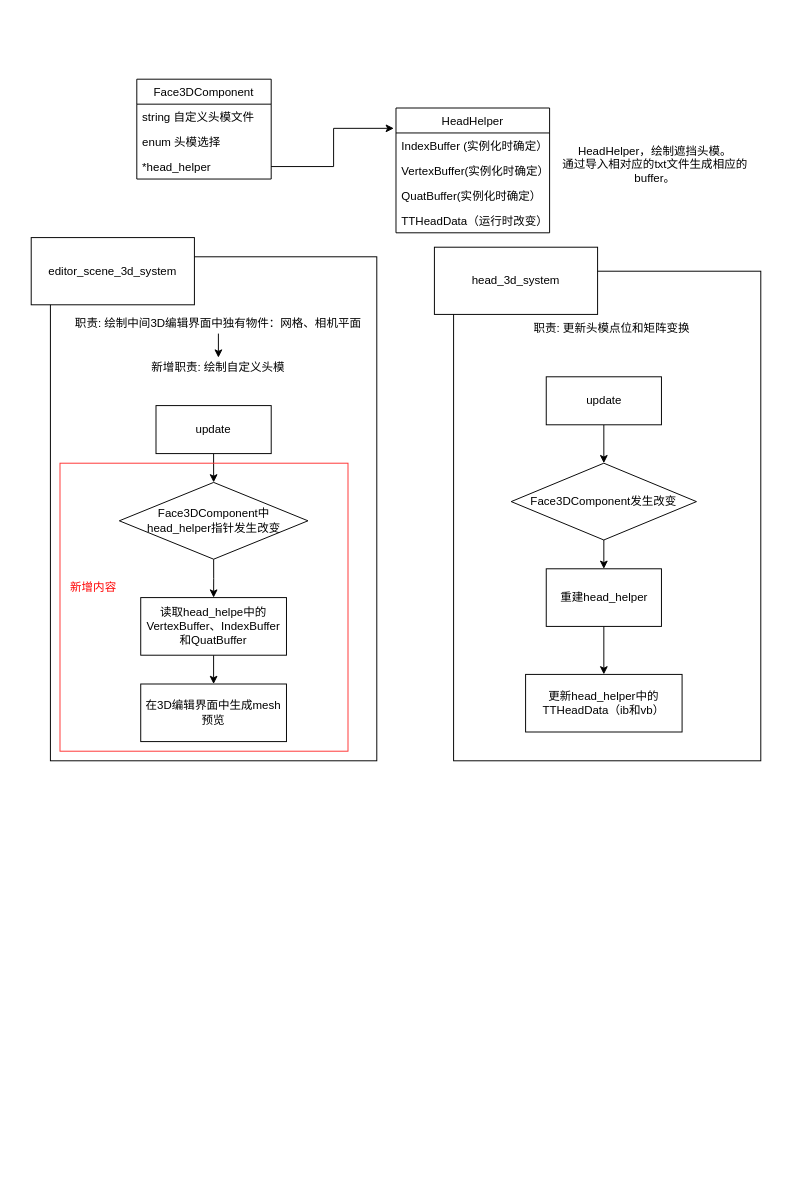
This is head_preview_function.drawio from DianxinWang/final_theis, a draw.io file, before an edit. Source tidied: cells renumbered, new cells numbered last; positions are measured from the earlier drawing's top-left corner, leaving out a move shared by most shapes. Both pictures are drawn from the tidied source at 96%, with x=0, y=0 at pixel (31, 79).
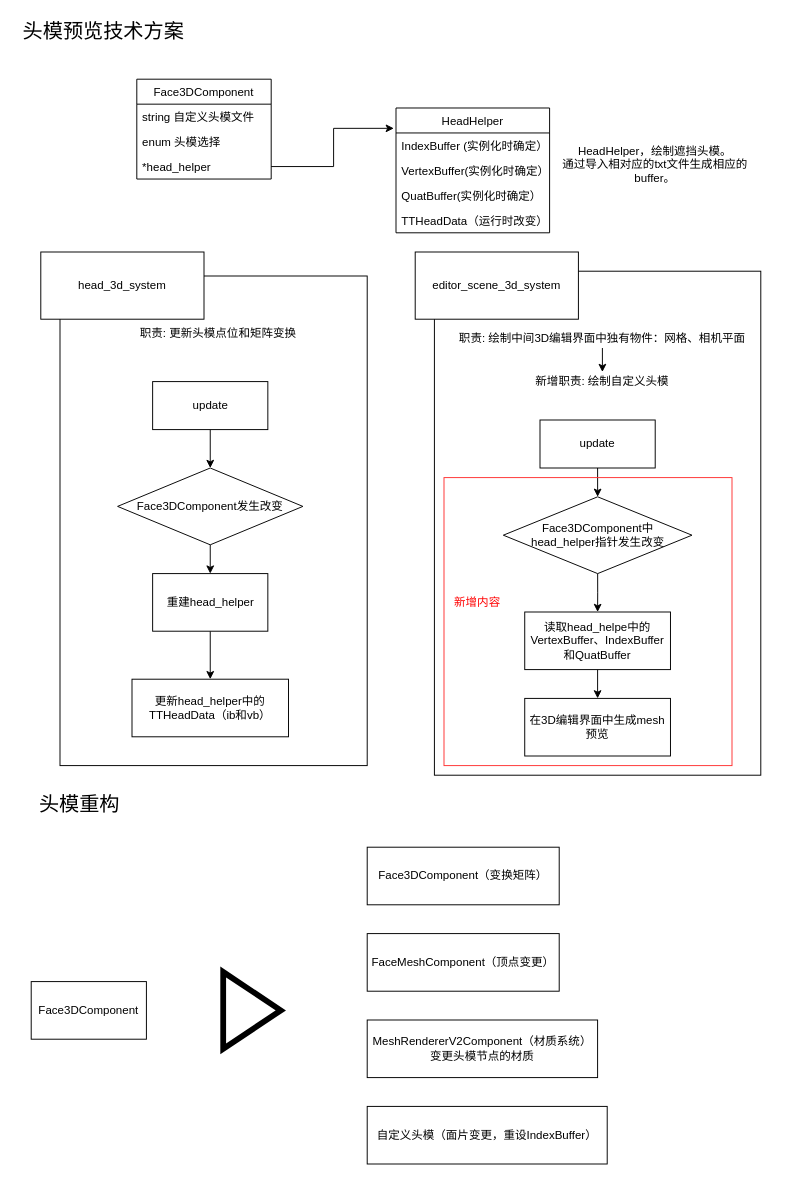
The same diagram, later.

The edit, as a diff of the source:
```diff
@@
     <mxCell id="2" style="rounded=0;whiteSpace=wrap;html=1;" parent="1" vertex="1">
-      <mxGeometry x="20" y="185" width="340" height="525" as="geometry" />
+      <mxGeometry x="420" y="200" width="340" height="525" as="geometry" />
     </mxCell>
     <mxCell id="3" value="editor_scene_3d_system" style="rounded=0;whiteSpace=wrap;html=1;" parent="1" vertex="1">
-      <mxGeometry y="165" width="170" height="70" as="geometry" />
+      <mxGeometry x="400" y="180" width="170" height="70" as="geometry" />
     </mxCell>
     <mxCell id="4" style="rounded=0;whiteSpace=wrap;html=1;" parent="1" vertex="1">
-      <mxGeometry x="440" y="200" width="320" height="510" as="geometry" />
+      <mxGeometry x="30" y="205" width="320" height="510" as="geometry" />
     </mxCell>
     <mxCell id="5" value="head_3d_system" style="rounded=0;whiteSpace=wrap;html=1;" parent="1" vertex="1">
-      <mxGeometry x="420" y="175" width="170" height="70" as="geometry" />
+      <mxGeometry x="10" y="180" width="170" height="70" as="geometry" />
     </mxCell>
@@
     <mxCell id="7" value="职责: 绘制中间3D编辑界面中独有物件：网格、相机平面" style="text;html=1;strokeColor=none;fillColor=none;align=center;verticalAlign=middle;whiteSpace=wrap;rounded=0;" parent="1" vertex="1">
-      <mxGeometry x="30" y="245" width="330" height="20" as="geometry" />
+      <mxGeometry x="430" y="260" width="330" height="20" as="geometry" />
     </mxCell>
     <mxCell id="8" value="新增职责: 绘制自定义头模" style="text;html=1;strokeColor=none;fillColor=none;align=center;verticalAlign=middle;whiteSpace=wrap;rounded=0;" parent="1" vertex="1">
-      <mxGeometry x="30" y="290" width="330" height="20" as="geometry" />
+      <mxGeometry x="430" y="305" width="330" height="20" as="geometry" />
     </mxCell>
@@
     <mxCell id="10" value="update" style="rounded=0;whiteSpace=wrap;html=1;" parent="1" vertex="1">
-      <mxGeometry x="536.5" y="310" width="120" height="50" as="geometry" />
+      <mxGeometry x="126.5" y="315" width="120" height="50" as="geometry" />
     </mxCell>
@@
     <mxCell id="12" value="Face3DComponent发生改变" style="rhombus;whiteSpace=wrap;html=1;" parent="1" vertex="1">
-      <mxGeometry x="500" y="400" width="193" height="80" as="geometry" />
+      <mxGeometry x="90" y="405" width="193" height="80" as="geometry" />
     </mxCell>
@@
     <mxCell id="14" value="重建head_helper" style="rounded=0;whiteSpace=wrap;html=1;" parent="1" vertex="1">
-      <mxGeometry x="536.5" y="510" width="120" height="60" as="geometry" />
+      <mxGeometry x="126.5" y="515" width="120" height="60" as="geometry" />
     </mxCell>
@@
     <mxCell id="26" value="更新head_helper中的&lt;br&gt;TTHeadData（ib和vb）" style="rounded=0;whiteSpace=wrap;html=1;" parent="1" vertex="1">
-      <mxGeometry x="515" y="620" width="163" height="60" as="geometry" />
+      <mxGeometry x="105" y="625" width="163" height="60" as="geometry" />
     </mxCell>
@@
     <mxCell id="28" value="update" style="rounded=0;whiteSpace=wrap;html=1;" parent="1" vertex="1">
-      <mxGeometry x="130" y="340" width="120" height="50" as="geometry" />
+      <mxGeometry x="530" y="355" width="120" height="50" as="geometry" />
     </mxCell>
@@
     <mxCell id="30" value="Face3DComponent中&lt;br&gt;head_helper指针发生改变" style="rhombus;whiteSpace=wrap;html=1;" parent="1" vertex="1">
-      <mxGeometry x="91.8" y="420" width="196.5" height="80" as="geometry" />
+      <mxGeometry x="491.8" y="435" width="196.5" height="80" as="geometry" />
     </mxCell>
@@
     <mxCell id="32" value="读取head_helpe中的VertexBuffer、IndexBuffer和QuatBuffer" style="rounded=0;whiteSpace=wrap;html=1;" parent="1" vertex="1">
-      <mxGeometry x="114.1" y="540" width="151.8" height="60" as="geometry" />
+      <mxGeometry x="514.1" y="555" width="151.8" height="60" as="geometry" />
     </mxCell>
     <mxCell id="33" value="在3D编辑界面中生成mesh预览" style="rounded=0;whiteSpace=wrap;html=1;" parent="1" vertex="1">
-      <mxGeometry x="114.1" y="630" width="151.8" height="60" as="geometry" />
+      <mxGeometry x="514.1" y="645" width="151.8" height="60" as="geometry" />
     </mxCell>
     <mxCell id="34" style="rounded=0;whiteSpace=wrap;html=1;fillColor=none;strokeColor=#FF3333;" parent="1" vertex="1">
-      <mxGeometry x="30" y="400" width="300" height="300" as="geometry" />
+      <mxGeometry x="430" y="415" width="300" height="300" as="geometry" />
     </mxCell>
     <mxCell id="35" value="职责: 更新头模点位和矩阵变换" style="text;html=1;strokeColor=none;fillColor=none;align=center;verticalAlign=middle;whiteSpace=wrap;rounded=0;" parent="1" vertex="1">
-      <mxGeometry x="440" y="250" width="330" height="20" as="geometry" />
+      <mxGeometry x="30" y="255" width="330" height="20" as="geometry" />
     </mxCell>
     <mxCell id="36" value="新增内容" style="text;html=1;strokeColor=none;fillColor=none;align=center;verticalAlign=middle;whiteSpace=wrap;rounded=0;fontColor=#FF0000;" parent="1" vertex="1">
-      <mxGeometry x="40" y="520" width="50" height="20" as="geometry" />
+      <mxGeometry x="440" y="535" width="50" height="20" as="geometry" />
     </mxCell>
+    <mxCell id="37" value="Face3DComponent" style="rounded=0;whiteSpace=wrap;html=1;" parent="1" vertex="1">
+      <mxGeometry y="940" width="120" height="60" as="geometry" />
+    </mxCell>
+    <mxCell id="38" value="FaceMeshComponent（顶点变更）" style="rounded=0;whiteSpace=wrap;html=1;" parent="1" vertex="1">
+      <mxGeometry x="350" y="890" width="200" height="60" as="geometry" />
+    </mxCell>
+    <mxCell id="39" value="MeshRendererV2Component（材质系统）&lt;br&gt;变更头模节点的材质" style="rounded=0;whiteSpace=wrap;html=1;" parent="1" vertex="1">
+      <mxGeometry x="350" y="980" width="240" height="60" as="geometry" />
+    </mxCell>
+    <mxCell id="40" value="自定义头模（面片变更，重设IndexBuffer）" style="rounded=0;whiteSpace=wrap;html=1;" parent="1" vertex="1">
+      <mxGeometry x="350" y="1070" width="250" height="60" as="geometry" />
+    </mxCell>
+    <mxCell id="41" value="头模预览技术方案" style="text;html=1;align=center;verticalAlign=middle;strokeColor=none;strokeWidth=6;fontSize=21;" parent="1" vertex="1">
+      <mxGeometry x="-15" y="-65" width="180" height="30" as="geometry" />
+    </mxCell>
+    <mxCell id="42" value="头模重构" style="text;html=1;align=center;verticalAlign=middle;strokeColor=none;strokeWidth=6;fontSize=21;" parent="1" vertex="1">
+      <mxGeometry y="740" width="100" height="30" as="geometry" />
+    </mxCell>
+    <mxCell id="43" value="Face3DComponent（变换矩阵）" style="rounded=0;whiteSpace=wrap;html=1;" parent="1" vertex="1">
+      <mxGeometry x="350" y="800" width="200" height="60" as="geometry" />
+    </mxCell>
+    <mxCell id="44" style="triangle;whiteSpace=wrap;html=1;fontSize=21;strokeWidth=6;" parent="1" vertex="1">
+      <mxGeometry x="200" y="930" width="60" height="80" as="geometry" />
+    </mxCell>
```
